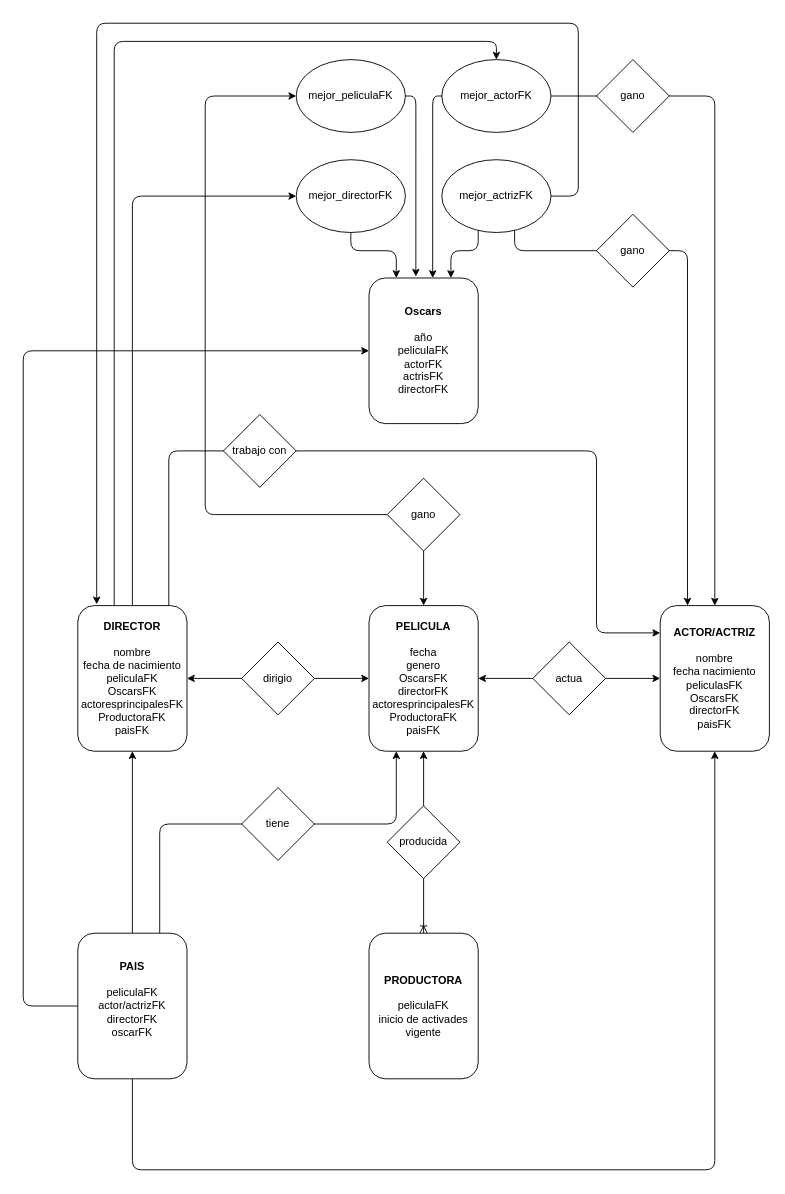
EmanuelRigo/pre-entrega-1-sql-coderhouse keeps this draw.io diagram as Diagrama.drawio. Above is the earlier version. Source tidied: cells renumbered, new cells numbered last; positions are measured from the earlier drawing's top-left corner, leaving out a move shared by most shapes. Both pictures are drawn from the tidied source at 91%, with x=0, y=0 at pixel (23, 23).
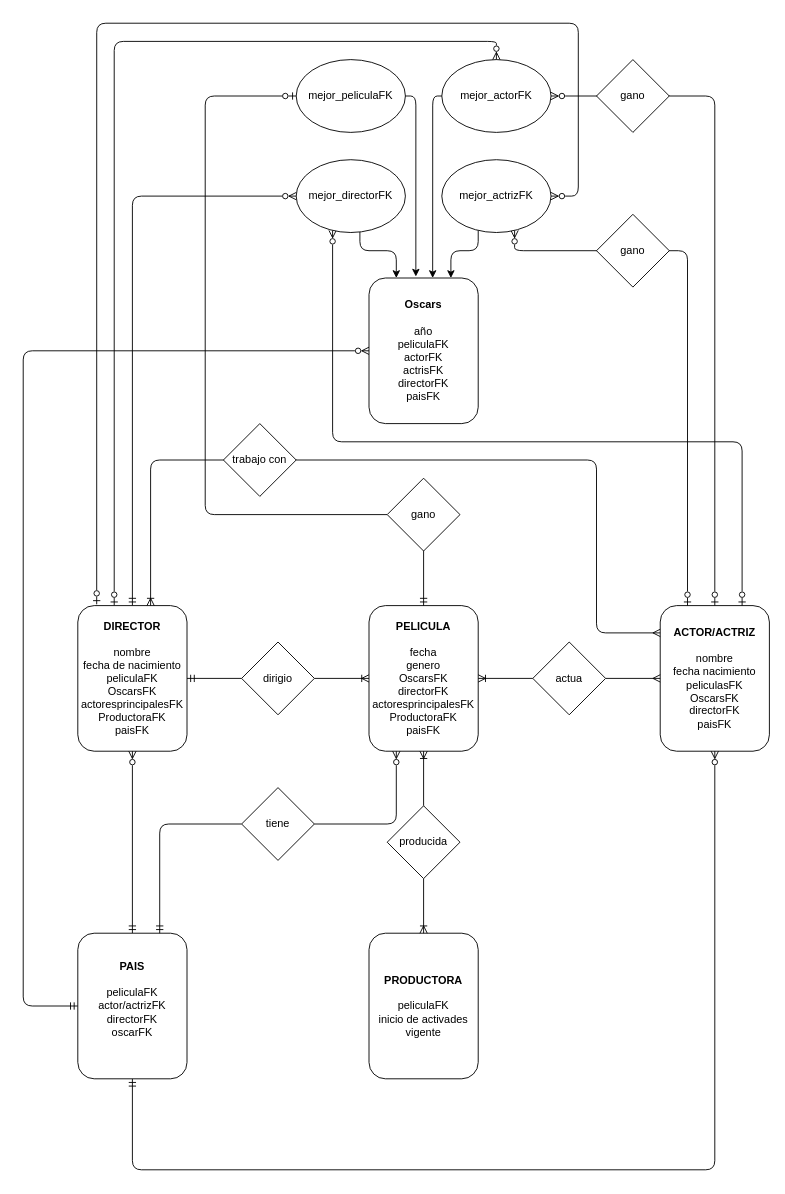
The same diagram, later.

Unchanged cells that the change refers to:
```xml
<mxCell id="2" value="&lt;b&gt;PELICULA&lt;/b&gt;&lt;div&gt;&lt;b&gt;&lt;br&gt;&lt;/b&gt;&lt;/div&gt;&lt;div&gt;fecha&lt;/div&gt;&lt;div&gt;genero&lt;/div&gt;&lt;div&gt;OscarsFK&lt;/div&gt;&lt;div&gt;directorFK&lt;/div&gt;&lt;div&gt;actoresprincipalesFK&lt;/div&gt;&lt;div&gt;ProductoraFK&lt;/div&gt;&lt;div&gt;paisFK&lt;/div&gt;" style="rounded=1;whiteSpace=wrap;html=1;" parent="1" vertex="1">
  <mxGeometry x="380" y="640" width="120" height="160" as="geometry" />
</mxCell>
<mxCell id="6" value="producida" style="rhombus;whiteSpace=wrap;html=1;" parent="1" vertex="1">
  <mxGeometry x="400" y="860" width="80" height="80" as="geometry" />
</mxCell>
<mxCell id="7" value="&lt;b&gt;ACTOR/ACTRIZ&lt;/b&gt;&lt;br&gt;&lt;div&gt;&lt;br&gt;&lt;/div&gt;&lt;div&gt;nombre&lt;/div&gt;&lt;div&gt;fecha nacimiento&lt;/div&gt;&lt;div&gt;peliculasFK&lt;/div&gt;&lt;div&gt;OscarsFK&lt;/div&gt;&lt;div&gt;directorFK&lt;/div&gt;&lt;div&gt;paisFK&lt;/div&gt;" style="rounded=1;whiteSpace=wrap;html=1;" parent="1" vertex="1">
  <mxGeometry x="700" y="640" width="120" height="160" as="geometry" />
</mxCell>
<mxCell id="10" value="actua" style="rhombus;whiteSpace=wrap;html=1;" parent="1" vertex="1">
  <mxGeometry x="560" y="680" width="80" height="80" as="geometry" />
</mxCell>
<mxCell id="14" value="gano" style="rhombus;whiteSpace=wrap;html=1;" parent="1" vertex="1">
  <mxGeometry x="400" y="500" width="80" height="80" as="geometry" />
</mxCell>
<mxCell id="17" value="mejor_actrizFK" style="ellipse;whiteSpace=wrap;html=1;" parent="1" vertex="1">
  <mxGeometry x="460" y="150" width="120" height="80" as="geometry" />
</mxCell>
<mxCell id="19" value="mejor_actorFK" style="ellipse;whiteSpace=wrap;html=1;" parent="1" vertex="1">
  <mxGeometry x="460" y="40" width="120" height="80" as="geometry" />
</mxCell>
<mxCell id="20" value="mejor_peliculaFK" style="ellipse;whiteSpace=wrap;html=1;" parent="1" vertex="1">
  <mxGeometry x="300" y="40" width="120" height="80" as="geometry" />
</mxCell>
<mxCell id="21" value="mejor_directorFK" style="ellipse;whiteSpace=wrap;html=1;" parent="1" vertex="1">
  <mxGeometry x="300" y="150" width="120" height="80" as="geometry" />
</mxCell>
<mxCell id="27" value="&lt;b&gt;DIRECTOR&lt;/b&gt;&lt;br&gt;&lt;div&gt;&lt;b&gt;&lt;br&gt;&lt;/b&gt;&lt;/div&gt;&lt;div&gt;nombre&lt;/div&gt;&lt;div&gt;fecha de nacimiento&lt;/div&gt;&lt;div&gt;peliculaFK&lt;/div&gt;&lt;div&gt;OscarsFK&lt;/div&gt;&lt;div&gt;actoresprincipalesFK&lt;/div&gt;&lt;div&gt;ProductoraFK&lt;/div&gt;&lt;div&gt;paisFK&lt;/div&gt;" style="rounded=1;whiteSpace=wrap;html=1;" parent="1" vertex="1">
  <mxGeometry x="60" y="640" width="120" height="160" as="geometry" />
</mxCell>
<mxCell id="30" value="dirigio" style="rhombus;whiteSpace=wrap;html=1;" parent="1" vertex="1">
  <mxGeometry x="240" y="680" width="80" height="80" as="geometry" />
</mxCell>
<mxCell id="35" value="&lt;b&gt;PAIS&lt;/b&gt;&lt;br&gt;&lt;div&gt;&lt;b&gt;&lt;br&gt;&lt;/b&gt;&lt;/div&gt;&lt;div&gt;peliculaFK&lt;/div&gt;&lt;div&gt;actor/actrizFK&lt;/div&gt;&lt;div&gt;directorFK&lt;/div&gt;&lt;div&gt;oscarFK&lt;/div&gt;&lt;div&gt;&lt;br&gt;&lt;/div&gt;" style="rounded=1;whiteSpace=wrap;html=1;" parent="1" vertex="1">
  <mxGeometry x="60" y="1000" width="120" height="160" as="geometry" />
</mxCell>
<mxCell id="37" value="tiene" style="rhombus;whiteSpace=wrap;html=1;" parent="1" vertex="1">
  <mxGeometry x="240" y="840" width="80" height="80" as="geometry" />
</mxCell>
```

The edit, as a diff of the source:
```diff
@@
-    <mxCell id="4" style="edgeStyle=orthogonalEdgeStyle;rounded=1;jettySize=auto;html=1;entryX=0.5;entryY=1;entryDx=0;entryDy=0;curved=0;" parent="1" edge="1" source="6" target="2">
+    <mxCell id="4" style="edgeStyle=orthogonalEdgeStyle;rounded=1;jettySize=auto;html=1;entryX=0.5;entryY=1;entryDx=0;entryDy=0;curved=0;endArrow=ERoneToMany;endFill=0;" parent="1" edge="1" source="6" target="2">
       <mxGeometry relative="1" as="geometry" />
     </mxCell>
@@
-    <mxCell id="8" style="edgeStyle=orthogonalEdgeStyle;rounded=1;jettySize=auto;html=1;entryX=1;entryY=0.5;entryDx=0;entryDy=0;curved=0;" parent="1" edge="1" source="10" target="2">
+    <mxCell id="8" style="edgeStyle=orthogonalEdgeStyle;rounded=1;jettySize=auto;html=1;entryX=1;entryY=0.5;entryDx=0;entryDy=0;curved=0;endArrow=ERoneToMany;endFill=0;" parent="1" edge="1" source="10" target="2">
       <mxGeometry relative="1" as="geometry" />
     </mxCell>
-    <mxCell id="9" style="edgeStyle=orthogonalEdgeStyle;rounded=1;jettySize=auto;html=1;entryX=0;entryY=0.5;entryDx=0;entryDy=0;curved=0;" parent="1" edge="1" source="10" target="7">
+    <mxCell id="9" style="edgeStyle=orthogonalEdgeStyle;rounded=1;jettySize=auto;html=1;entryX=0;entryY=0.5;entryDx=0;entryDy=0;curved=0;endArrow=ERmany;endFill=0;" parent="1" edge="1" source="10" target="7">
       <mxGeometry relative="1" as="geometry" />
     </mxCell>
@@
-    <mxCell id="11" value="&lt;b&gt;Oscars&lt;/b&gt;&lt;div&gt;&lt;b&gt;&lt;br&gt;&lt;/b&gt;&lt;/div&gt;&lt;div&gt;año&lt;/div&gt;&lt;div&gt;peliculaFK&lt;/div&gt;&lt;div&gt;actorFK&lt;/div&gt;&lt;div&gt;actrisFK&lt;/div&gt;&lt;div&gt;directorFK&lt;/div&gt;" style="rounded=1;whiteSpace=wrap;html=1;" parent="1" vertex="1">
+    <mxCell id="11" value="&lt;b&gt;Oscars&lt;/b&gt;&lt;div&gt;&lt;b&gt;&lt;br&gt;&lt;/b&gt;&lt;/div&gt;&lt;div&gt;año&lt;/div&gt;&lt;div&gt;peliculaFK&lt;/div&gt;&lt;div&gt;actorFK&lt;/div&gt;&lt;div&gt;actrisFK&lt;/div&gt;&lt;div&gt;directorFK&lt;/div&gt;&lt;div&gt;paisFK&lt;/div&gt;" style="rounded=1;whiteSpace=wrap;html=1;" parent="1" vertex="1">
       <mxGeometry x="380" y="280" width="120" height="160" as="geometry" />
     </mxCell>
-    <mxCell id="12" style="edgeStyle=orthogonalEdgeStyle;rounded=1;jettySize=auto;html=1;curved=0;" parent="1" edge="1" source="14" target="20">
+    <mxCell id="12" style="edgeStyle=orthogonalEdgeStyle;rounded=1;jettySize=auto;html=1;curved=0;endArrow=ERzeroToOne;endFill=0;" parent="1" edge="1" source="14" target="20">
       <mxGeometry relative="1" as="geometry">
         <Array as="points">
           <mxPoint x="200" y="540" />
           <mxPoint x="200" y="80" />
         </Array>
       </mxGeometry>
     </mxCell>
-    <mxCell id="13" style="edgeStyle=orthogonalEdgeStyle;rounded=1;jettySize=auto;html=1;curved=0;" parent="1" edge="1" source="14" target="2">
+    <mxCell id="13" style="edgeStyle=orthogonalEdgeStyle;rounded=1;jettySize=auto;html=1;curved=0;endArrow=ERmandOne;endFill=0;" parent="1" edge="1" source="14" target="2">
       <mxGeometry relative="1" as="geometry" />
     </mxCell>
@@
-    <mxCell id="16" style="edgeStyle=orthogonalEdgeStyle;rounded=1;jettySize=auto;html=1;entryX=0.25;entryY=0;entryDx=0;entryDy=0;curved=0;" parent="1" edge="1" source="17" target="7">
+    <mxCell id="16" style="edgeStyle=orthogonalEdgeStyle;rounded=1;jettySize=auto;html=1;entryX=0.25;entryY=0;entryDx=0;entryDy=0;curved=0;startArrow=ERzeroToMany;startFill=0;endArrow=ERzeroToOne;endFill=0;" parent="1" edge="1" source="17" target="7">
       <mxGeometry relative="1" as="geometry">
         <Array as="points">
           <mxPoint x="540" y="250" />
           <mxPoint x="730" y="250" />
         </Array>
       </mxGeometry>
     </mxCell>
@@
-    <mxCell id="18" style="edgeStyle=orthogonalEdgeStyle;rounded=1;jettySize=auto;html=1;entryX=0.5;entryY=0;entryDx=0;entryDy=0;curved=0;" parent="1" edge="1" source="19" target="7">
+    <mxCell id="18" style="edgeStyle=orthogonalEdgeStyle;rounded=1;jettySize=auto;html=1;entryX=0.5;entryY=0;entryDx=0;entryDy=0;curved=0;startArrow=ERzeroToMany;startFill=0;endArrow=ERzeroToOne;endFill=0;" parent="1" edge="1" source="19" target="7">
       <mxGeometry relative="1" as="geometry" />
     </mxCell>
@@
+    <mxCell id="43" style="edgeStyle=orthogonalEdgeStyle;rounded=1;jettySize=auto;html=1;entryX=0.75;entryY=0;entryDx=0;entryDy=0;curved=0;startArrow=ERzeroToMany;startFill=0;endArrow=ERzeroToOne;endFill=0;" parent="1" edge="1" source="21" target="7">
+      <mxGeometry relative="1" as="geometry">
+        <Array as="points">
+          <mxPoint x="340" y="460" />
+          <mxPoint x="790" y="460" />
+        </Array>
+      </mxGeometry>
+    </mxCell>
@@
     <mxCell id="22" style="edgeStyle=orthogonalEdgeStyle;rounded=1;jettySize=auto;html=1;entryX=0.25;entryY=0;entryDx=0;entryDy=0;curved=0;" parent="1" edge="1" source="21" target="11">
       <mxGeometry relative="1" as="geometry">
         <Array as="points">
-          <mxPoint x="360" y="250" />
+          <mxPoint x="370" y="250" />
           <mxPoint x="410" y="250" />
         </Array>
       </mxGeometry>
     </mxCell>
@@
-    <mxCell id="25" style="edgeStyle=orthogonalEdgeStyle;rounded=1;jettySize=auto;html=1;curved=0;" parent="1" edge="1" source="27" target="21">
+    <mxCell id="25" style="edgeStyle=orthogonalEdgeStyle;rounded=1;jettySize=auto;html=1;curved=0;endArrow=ERzeroToMany;endFill=0;startArrow=ERmandOne;startFill=0;" parent="1" edge="1" source="27" target="21">
       <mxGeometry relative="1" as="geometry">
         <Array as="points">
           <mxPoint x="120" y="190" />
         </Array>
       </mxGeometry>
     </mxCell>
-    <mxCell id="26" style="edgeStyle=orthogonalEdgeStyle;rounded=1;jettySize=auto;html=1;curved=0;" parent="1" edge="1" source="27" target="19">
+    <mxCell id="26" style="edgeStyle=orthogonalEdgeStyle;rounded=1;jettySize=auto;html=1;curved=0;endArrow=ERzeroToMany;endFill=0;startArrow=ERzeroToOne;startFill=0;" parent="1" edge="1" source="27" target="19">
       <mxGeometry relative="1" as="geometry">
         <Array as="points">
           <mxPoint x="100" y="20" />
           <mxPoint x="520" y="20" />
         </Array>
       </mxGeometry>
     </mxCell>
@@
-    <mxCell id="28" style="edgeStyle=orthogonalEdgeStyle;rounded=1;jettySize=auto;html=1;entryX=0;entryY=0.5;entryDx=0;entryDy=0;curved=0;" parent="1" edge="1" source="30" target="2">
+    <mxCell id="28" style="edgeStyle=orthogonalEdgeStyle;rounded=1;jettySize=auto;html=1;entryX=0;entryY=0.5;entryDx=0;entryDy=0;curved=0;endArrow=ERoneToMany;endFill=0;" parent="1" edge="1" source="30" target="2">
       <mxGeometry relative="1" as="geometry" />
     </mxCell>
-    <mxCell id="29" style="edgeStyle=orthogonalEdgeStyle;rounded=1;jettySize=auto;html=1;curved=0;" parent="1" edge="1" source="30" target="27">
+    <mxCell id="29" style="edgeStyle=orthogonalEdgeStyle;rounded=1;jettySize=auto;html=1;curved=0;endArrow=ERmandOne;endFill=0;" parent="1" edge="1" source="30" target="27">
       <mxGeometry relative="1" as="geometry" />
     </mxCell>
@@
-    <mxCell id="31" style="edgeStyle=orthogonalEdgeStyle;rounded=1;jettySize=auto;html=1;exitX=0.75;exitY=0;exitDx=0;exitDy=0;entryX=0.25;entryY=1;entryDx=0;entryDy=0;curved=0;" parent="1" edge="1" source="37" target="2">
+    <mxCell id="31" style="edgeStyle=orthogonalEdgeStyle;rounded=1;jettySize=auto;html=1;entryX=0.25;entryY=1;entryDx=0;entryDy=0;curved=0;endArrow=ERzeroToMany;endFill=0;" parent="1" edge="1" source="37" target="2">
       <mxGeometry relative="1" as="geometry">
         <Array as="points">
-          <mxPoint x="293" y="880" />
           <mxPoint x="410" y="880" />
         </Array>
       </mxGeometry>
     </mxCell>
-    <mxCell id="32" style="edgeStyle=orthogonalEdgeStyle;rounded=1;jettySize=auto;html=1;entryX=0.5;entryY=1;entryDx=0;entryDy=0;curved=0;" parent="1" edge="1" source="35" target="27">
+    <mxCell id="32" style="edgeStyle=orthogonalEdgeStyle;rounded=1;jettySize=auto;html=1;entryX=0.5;entryY=1;entryDx=0;entryDy=0;endArrow=ERzeroToMany;endFill=0;startArrow=ERmandOne;startFill=0;" parent="1" edge="1" source="35" target="27">
       <mxGeometry relative="1" as="geometry" />
     </mxCell>
-    <mxCell id="33" style="edgeStyle=orthogonalEdgeStyle;rounded=1;jettySize=auto;html=1;curved=0;" parent="1" edge="1" source="35" target="7">
+    <mxCell id="33" style="edgeStyle=orthogonalEdgeStyle;rounded=1;jettySize=auto;html=1;curved=0;endArrow=ERzeroToMany;endFill=0;startArrow=ERmandOne;startFill=0;" parent="1" edge="1" source="35" target="7">
       <mxGeometry relative="1" as="geometry">
         <Array as="points">
           <mxPoint x="120" y="1260" />
           <mxPoint x="760" y="1260" />
         </Array>
       </mxGeometry>
     </mxCell>
-    <mxCell id="34" style="edgeStyle=orthogonalEdgeStyle;rounded=1;jettySize=auto;html=1;curved=0;" parent="1" edge="1" source="35" target="11">
+    <mxCell id="34" style="edgeStyle=orthogonalEdgeStyle;rounded=1;jettySize=auto;html=1;curved=0;startArrow=ERmandOne;startFill=0;endArrow=ERzeroToMany;endFill=0;" parent="1" edge="1" source="35" target="11">
       <mxGeometry relative="1" as="geometry">
         <Array as="points">
           <mxPoint y="1080" />
           <mxPoint y="360" />
         </Array>
       </mxGeometry>
     </mxCell>
@@
-    <mxCell id="36" style="edgeStyle=orthogonalEdgeStyle;rounded=1;jettySize=auto;html=1;exitX=0.75;exitY=0;exitDx=0;exitDy=0;entryX=0.25;entryY=1;entryDx=0;entryDy=0;curved=0;" parent="1" edge="1" source="35" target="37">
-      <mxGeometry relative="1" as="geometry">
-        <Array as="points">
-          <mxPoint x="150" y="880" />
-          <mxPoint x="267" y="880" />
-        </Array>
-      </mxGeometry>
-    </mxCell>
+    <mxCell id="44" style="edgeStyle=orthogonalEdgeStyle;rounded=1;jettySize=auto;html=1;entryX=0.75;entryY=0;entryDx=0;entryDy=0;curved=0;endArrow=ERmandOne;endFill=0;" parent="1" edge="1" source="37" target="35">
+      <mxGeometry relative="1" as="geometry">
+        <Array as="points">
+          <mxPoint x="150" y="880" />
+        </Array>
+      </mxGeometry>
+    </mxCell>
@@
-    <mxCell id="38" style="edgeStyle=orthogonalEdgeStyle;rounded=1;jettySize=auto;html=1;curved=0;" parent="1" edge="1" source="27" target="7">
+    <mxCell id="38" style="edgeStyle=orthogonalEdgeStyle;rounded=1;jettySize=auto;html=1;curved=0;startArrow=ERoneToMany;startFill=0;endArrow=ERmany;endFill=0;" parent="1" edge="1" source="27" target="7">
       <mxGeometry relative="1" as="geometry">
         <Array as="points">
-          <mxPoint x="160" y="470" />
-          <mxPoint x="630" y="470" />
+          <mxPoint x="140" y="480" />
+          <mxPoint x="630" y="480" />
           <mxPoint x="630" y="670" />
         </Array>
       </mxGeometry>
     </mxCell>
     <mxCell id="39" value="trabajo con" style="rhombus;whiteSpace=wrap;html=1;" parent="1" vertex="1">
-      <mxGeometry x="220" y="430" width="80" height="80" as="geometry" />
+      <mxGeometry x="220" y="440" width="80" height="80" as="geometry" />
     </mxCell>
-    <mxCell id="40" style="edgeStyle=orthogonalEdgeStyle;rounded=1;jettySize=auto;html=1;entryX=0.173;entryY=-0.009;entryDx=0;entryDy=0;entryPerimeter=0;curved=0;" parent="1" edge="1" source="17" target="27">
+    <mxCell id="40" style="edgeStyle=orthogonalEdgeStyle;rounded=1;jettySize=auto;html=1;entryX=0.173;entryY=-0.009;entryDx=0;entryDy=0;entryPerimeter=0;curved=0;endArrow=ERzeroToOne;endFill=0;startArrow=ERzeroToMany;startFill=0;" parent="1" edge="1" source="17" target="27">
       <mxGeometry relative="1" as="geometry">
         <Array as="points">
           <mxPoint x="610" y="190" />
           <mxPoint x="610" />
           <mxPoint x="81" />
         </Array>
       </mxGeometry>
     </mxCell>
```
